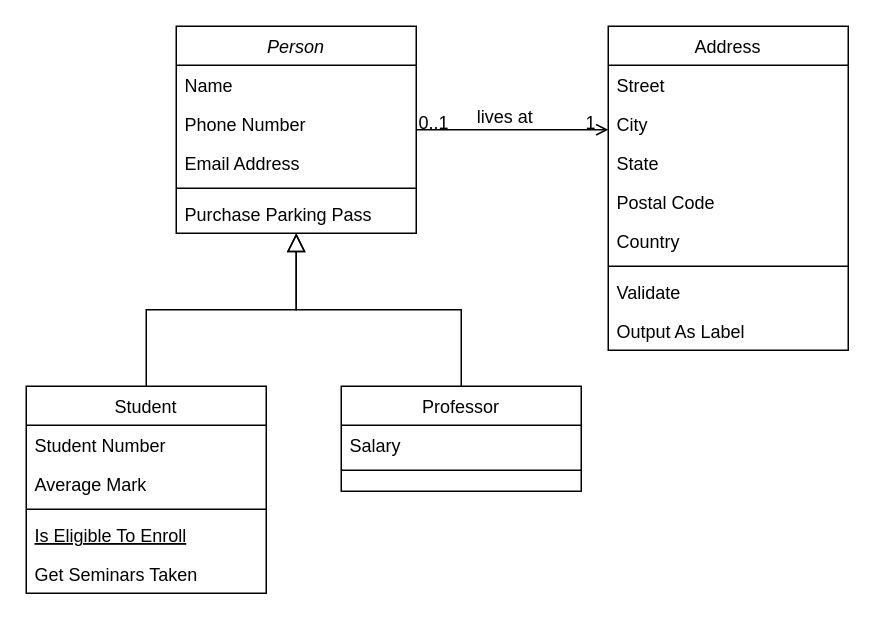
Above: Biểu đồ không có tiêu đề.drawio in hahahehea/FPT-challenge-3-f-code-8-2024-12 (draw.io), before the change. Source tidied: cells renumbered, new cells numbered last; positions are measured from the earlier drawing's top-left corner, leaving out a move shared by most shapes. Both pictures are drawn from the tidied source at 150%, with x=0, y=0 at pixel (26, 26).
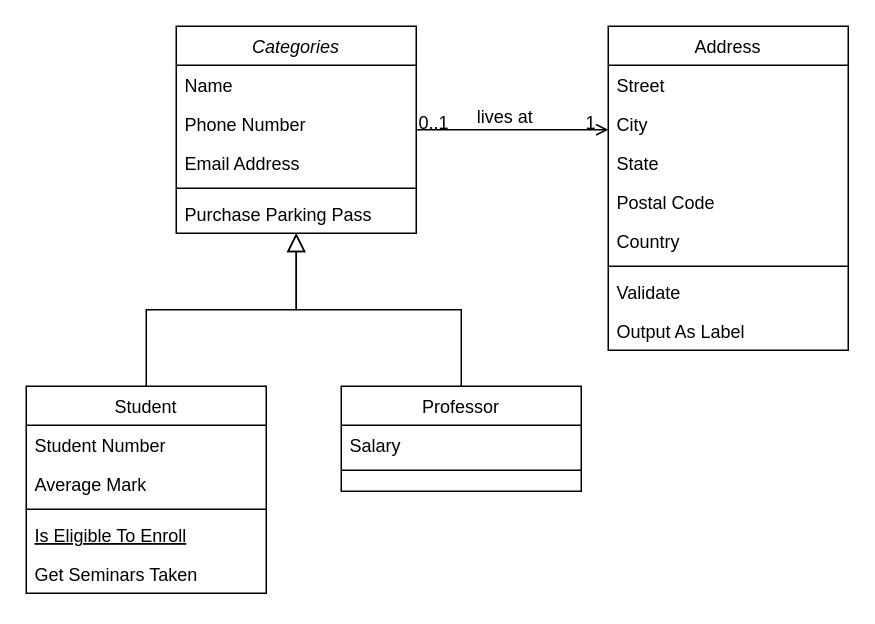
Above is the later version.

Change to the diagram source:
```diff
@@
-    <mxCell id="2" value="Person" style="swimlane;fontStyle=2;align=center;verticalAlign=top;horizontal=1;startSize=26;rounded=0;shadow=0;strokeWidth=1;" parent="1" vertex="1">
+    <mxCell id="2" value="Categories" style="swimlane;fontStyle=2;align=center;verticalAlign=top;horizontal=1;startSize=26;rounded=0;shadow=0;strokeWidth=1;" parent="1" vertex="1">
       <mxGeometry x="100" width="160" height="138" as="geometry" />
     </mxCell>
```
